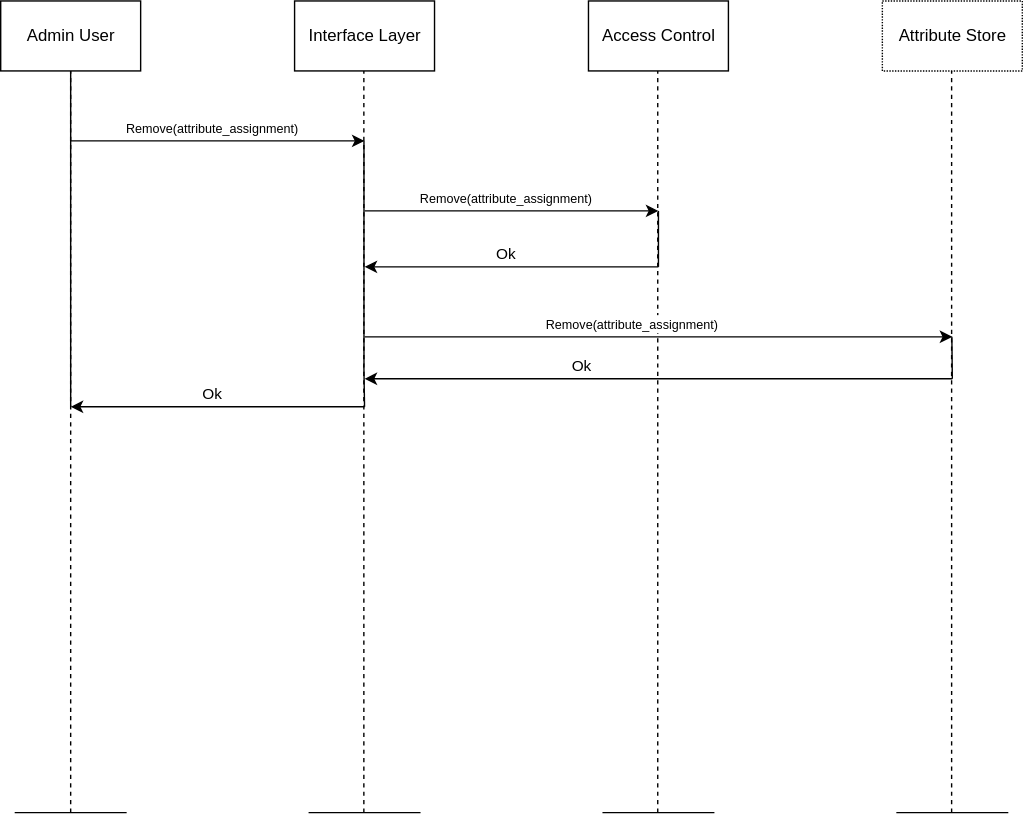
Before: docs/design/system/access_revocation_flow.drawio.svg, a diagram exported from draw.io (ivajon/NGAC_ABE). Source tidied: cells renumbered, new cells last; positions are measured from the earlier drawing's top-left corner, leaving out a move shared by most shapes.
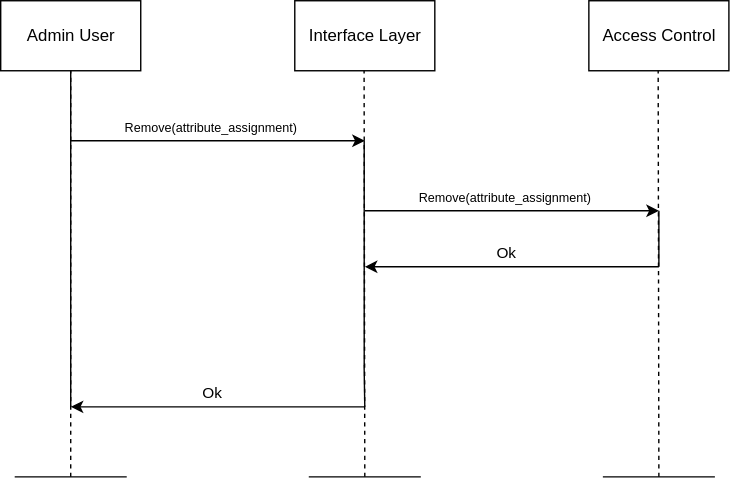
After the commit.

The edit, as a diff of the source:
```diff
@@ -13,45 +13,45 @@
     </mxCell>
     <mxCell id="5" style="endArrow=none;html=1;" parent="1" edge="1">
       <mxGeometry relative="1" as="geometry">
-        <mxPoint x="10" y="580" as="sourcePoint" />
-        <mxPoint x="90" y="580" as="targetPoint" />
+        <mxPoint x="10" y="340" as="sourcePoint" />
+        <mxPoint x="90" y="340" as="targetPoint" />
         <Array as="points">
-          <mxPoint x="50" y="580" />
+          <mxPoint x="50" y="340" />
         </Array>
       </mxGeometry>
     </mxCell>
     <mxCell id="6" style="endArrow=none;html=1;" parent="1" edge="1">
       <mxGeometry relative="1" as="geometry">
-        <mxPoint x="220" y="580" as="sourcePoint" />
-        <mxPoint x="300" y="580" as="targetPoint" />
+        <mxPoint x="220" y="340" as="sourcePoint" />
+        <mxPoint x="300" y="340" as="targetPoint" />
         <Array as="points">
-          <mxPoint x="260" y="580" />
+          <mxPoint x="260" y="340" />
         </Array>
       </mxGeometry>
     </mxCell>
     <mxCell id="7" style="endArrow=none;html=1;" parent="1" edge="1">
       <mxGeometry relative="1" as="geometry">
-        <mxPoint x="430" y="580" as="sourcePoint" />
-        <mxPoint x="510" y="580" as="targetPoint" />
+        <mxPoint x="430" y="340" as="sourcePoint" />
+        <mxPoint x="510" y="340" as="targetPoint" />
         <Array as="points">
-          <mxPoint x="470" y="580" />
+          <mxPoint x="470" y="340" />
         </Array>
       </mxGeometry>
     </mxCell>
     <mxCell id="8" style="endArrow=none;dashed=1;html=1;entryX=0.5;entryY=1;entryDx=0;entryDy=0;" parent="1" edge="1" target="2">
       <mxGeometry relative="1" as="geometry">
-        <mxPoint x="50" y="580" as="sourcePoint" />
+        <mxPoint x="50" y="340" as="sourcePoint" />
       </mxGeometry>
     </mxCell>
     <mxCell id="9" style="endArrow=none;dashed=1;html=1;entryX=0.5;entryY=1;entryDx=0;entryDy=0;" parent="1" edge="1">
       <mxGeometry relative="1" as="geometry">
-        <mxPoint x="259.5" y="580" as="sourcePoint" />
+        <mxPoint x="260" y="340" as="sourcePoint" />
         <mxPoint x="259.5" y="50" as="targetPoint" />
       </mxGeometry>
     </mxCell>
     <mxCell id="10" style="endArrow=none;dashed=1;html=1;entryX=0.5;entryY=1;entryDx=0;entryDy=0;" parent="1" edge="1">
       <mxGeometry relative="1" as="geometry">
-        <mxPoint x="469.5" y="580" as="sourcePoint" />
+        <mxPoint x="470" y="340" as="sourcePoint" />
         <mxPoint x="469.5" y="50" as="targetPoint" />
       </mxGeometry>
     </mxCell>
@@ -112,52 +112,6 @@
         <mxPoint x="259.5" y="260" as="targetPoint" />
       </mxGeometry>
     </mxCell>
-    <mxCell id="21" value="Attribute Store" style="html=1;dashed=1;whitespace=wrap;dashPattern=1 1;" parent="1" vertex="1">
-      <mxGeometry x="630" width="100" height="50" as="geometry" />
-    </mxCell>
-    <mxCell id="22" style="endArrow=none;html=1;" parent="1" edge="1">
-      <mxGeometry relative="1" as="geometry">
-        <mxPoint x="640" y="580" as="sourcePoint" />
-        <mxPoint x="720" y="580" as="targetPoint" />
-        <Array as="points">
-          <mxPoint x="680" y="580" />
-        </Array>
-      </mxGeometry>
-    </mxCell>
-    <mxCell id="23" style="endArrow=none;dashed=1;html=1;entryX=0.5;entryY=1;entryDx=0;entryDy=0;" parent="1" edge="1">
-      <mxGeometry relative="1" as="geometry">
-        <mxPoint x="679.5" y="580" as="sourcePoint" />
-        <mxPoint x="679.5" y="50" as="targetPoint" />
-      </mxGeometry>
-    </mxCell>
-    <mxCell id="24" style="endArrow=classic;html=1;" parent="1" edge="1">
-      <mxGeometry relative="1" as="geometry">
-        <mxPoint x="260" y="240" as="sourcePoint" />
-        <mxPoint x="680" y="240" as="targetPoint" />
-      </mxGeometry>
-    </mxCell>
-    <mxCell id="25" value="&lt;span style=&quot;font-size: 9px&quot;&gt;Remove(attribute_assignment)&lt;/span&gt;" style="edgeLabel;html=1;align=center;verticalAlign=middle;" parent="24" vertex="1">
-      <mxGeometry x="-0.14" y="-4" relative="1" as="geometry">
-        <mxPoint x="9" y="-14" as="offset" />
-      </mxGeometry>
-    </mxCell>
-    <mxCell id="26" style="endArrow=classic;html=1;" parent="1" edge="1">
-      <mxGeometry relative="1" as="geometry">
-        <mxPoint x="680" y="270" as="sourcePoint" />
-        <mxPoint x="260" y="270" as="targetPoint" />
-      </mxGeometry>
-    </mxCell>
-    <mxCell id="27" value="Ok" style="edgeLabel;html=1;align=center;verticalAlign=middle;" parent="26" vertex="1">
-      <mxGeometry x="0.49" y="3" relative="1" as="geometry">
-        <mxPoint x="46" y="-13" as="offset" />
-      </mxGeometry>
-    </mxCell>
-    <mxCell id="28" style="endArrow=none;html=1;" parent="1" edge="1">
-      <mxGeometry relative="1" as="geometry">
-        <mxPoint x="680" y="270" as="sourcePoint" />
-        <mxPoint x="679.7" y="240" as="targetPoint" />
-      </mxGeometry>
-    </mxCell>
     <mxCell id="29" style="endArrow=classic;html=1;" parent="1" edge="1">
       <mxGeometry relative="1" as="geometry">
         <mxPoint x="260" y="290" as="sourcePoint" />
```
